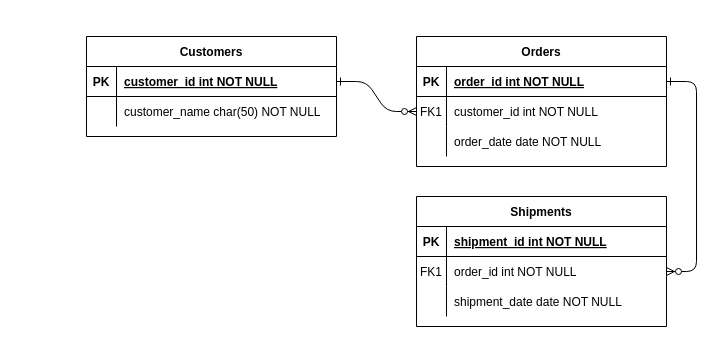
This is dict_relation_with_tdw.drawio from learn2Pro/draw_io_save, a draw.io file, before an edit. Source tidied: cells renumbered, new cells numbered last; positions are measured from the earlier drawing's top-left corner, leaving out a move shared by most shapes. Both pictures are drawn from the tidied source at 100%, with x=0, y=0 at pixel (86, 36).
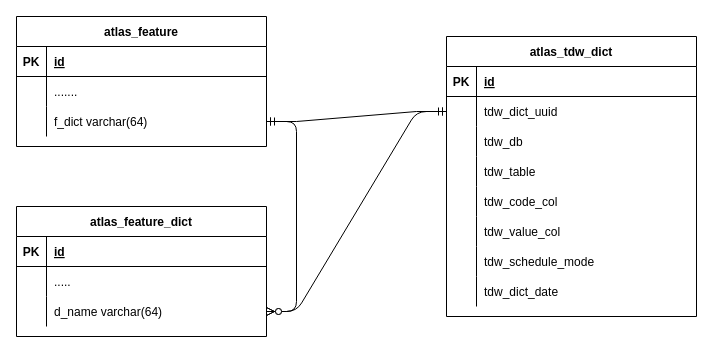
The same page after the edit.

Unchanged cells that the change refers to:
```xml
<mxCell id="5" style="shape=partialRectangle;fillColor=none;points=[[0,0.5],[1,0.5]];portConstraint=eastwest;top=0;left=0;right=0;bottom=1;" parent="4" vertex="1">
  <mxGeometry y="30" width="250" height="30" as="geometry" />
</mxCell>
<mxCell id="8" style="shape=partialRectangle;fillColor=none;points=[[0,0.5],[1,0.5]];portConstraint=eastwest;top=0;left=0;right=0;bottom=0;" parent="4" vertex="1">
  <mxGeometry y="60" width="250" height="30" as="geometry" />
</mxCell>
<mxCell id="11" style="shape=partialRectangle;fillColor=none;points=[[0,0.5],[1,0.5]];portConstraint=eastwest;top=0;left=0;right=0;bottom=0;" parent="4" vertex="1">
  <mxGeometry y="90" width="250" height="30" as="geometry" />
</mxCell>
<mxCell id="15" style="shape=partialRectangle;fillColor=none;top=0;left=0;right=0;bottom=1;" parent="14" vertex="1">
  <mxGeometry y="30" width="250" height="30" as="geometry" />
</mxCell>
<mxCell id="18" style="shape=partialRectangle;fillColor=none;points=[[0,0.5],[1,0.5]];portConstraint=eastwest;top=0;left=0;right=0;bottom=0;" parent="14" vertex="1">
  <mxGeometry y="60" width="250" height="30" as="geometry" />
</mxCell>
<mxCell id="21" style="shape=partialRectangle;fillColor=none;top=0;left=0;right=0;bottom=0;" parent="14" vertex="1">
  <mxGeometry y="90" width="250" height="30" as="geometry" />
</mxCell>
<mxCell id="25" style="shape=partialRectangle;fillColor=none;points=[[0,0.5],[1,0.5]];portConstraint=eastwest;top=0;left=0;right=0;bottom=1;" parent="24" vertex="1">
  <mxGeometry y="30" width="250" height="30" as="geometry" />
</mxCell>
<mxCell id="28" style="shape=partialRectangle;fillColor=none;top=0;left=0;right=0;bottom=0;" parent="24" vertex="1">
  <mxGeometry y="60" width="250" height="30" as="geometry" />
</mxCell>
```

The edit, as a diff of the source:
```diff
@@
-    <mxCell id="2" style="edgeStyle=entityRelationEdgeStyle;endArrow=ERzeroToMany;startArrow=ERone;endFill=1;startFill=0;" parent="1" edge="1" source="25" target="8">
-      <mxGeometry relative="1" as="geometry" />
-    </mxCell>
-    <mxCell id="3" style="edgeStyle=entityRelationEdgeStyle;endArrow=ERzeroToMany;startArrow=ERone;endFill=1;startFill=0;" parent="1" edge="1" source="5" target="18">
-      <mxGeometry relative="1" as="geometry" />
-    </mxCell>
-    <mxCell id="4" value="Orders" style="shape=table;startSize=30;childLayout=tableLayout;rowLines=0;fontStyle=1;align=center;" parent="1" vertex="1">
-      <mxGeometry x="330" width="250" height="130" as="geometry" />
+    <mxCell id="4" value="atlas_feature" style="shape=table;startSize=30;childLayout=tableLayout;rowLines=0;fontStyle=1;align=center;" parent="1" vertex="1">
+      <mxGeometry x="-70" y="-20" width="250" height="130" as="geometry" />
     </mxCell>
@@
-    <mxCell id="7" value="order_id int NOT NULL " style="shape=partialRectangle;overflow=hidden;fillColor=none;top=0;left=0;bottom=0;right=0;align=left;spacingLeft=6;fontStyle=5;" parent="5" vertex="1">
+    <mxCell id="7" value="id" style="shape=partialRectangle;overflow=hidden;fillColor=none;top=0;left=0;bottom=0;right=0;align=left;spacingLeft=6;fontStyle=5;" parent="5" vertex="1">
       <mxGeometry x="30" width="220" height="30" as="geometry" />
     </mxCell>
@@
-    <mxCell id="9" value="FK1" style="shape=partialRectangle;overflow=hidden;fillColor=none;top=0;left=0;bottom=0;right=0;" parent="8" vertex="1">
+    <mxCell id="9" style="shape=partialRectangle;overflow=hidden;fillColor=none;top=0;left=0;bottom=0;right=0;" parent="8" vertex="1">
       <mxGeometry width="30" height="30" as="geometry" />
     </mxCell>
-    <mxCell id="10" value="customer_id int NOT NULL" style="shape=partialRectangle;overflow=hidden;fillColor=none;top=0;left=0;bottom=0;right=0;align=left;spacingLeft=6;" parent="8" vertex="1">
+    <mxCell id="10" value="......." style="shape=partialRectangle;overflow=hidden;fillColor=none;top=0;left=0;bottom=0;right=0;align=left;spacingLeft=6;" parent="8" vertex="1">
       <mxGeometry x="30" width="220" height="30" as="geometry" />
     </mxCell>
@@
-    <mxCell id="13" value="order_date date NOT NULL" style="shape=partialRectangle;overflow=hidden;fillColor=none;top=0;left=0;bottom=0;right=0;align=left;spacingLeft=6;" parent="11" vertex="1">
+    <mxCell id="13" value="f_dict varchar(64)" style="shape=partialRectangle;overflow=hidden;fillColor=none;top=0;left=0;bottom=0;right=0;align=left;spacingLeft=6;" parent="11" vertex="1">
       <mxGeometry x="30" width="220" height="30" as="geometry" />
     </mxCell>
-    <mxCell id="14" value="Shipments" style="shape=table;startSize=30;childLayout=tableLayout;rowLines=0;fontStyle=1;align=center;" parent="1" vertex="1">
-      <mxGeometry x="330" y="160" width="250" height="130" as="geometry" />
+    <mxCell id="14" value="atlas_tdw_dict" style="shape=table;startSize=30;childLayout=tableLayout;rowLines=0;fontStyle=1;align=center;" parent="1" vertex="1">
+      <mxGeometry x="360" width="250" height="280" as="geometry" />
     </mxCell>
@@
-    <mxCell id="17" value="shipment_id int NOT NULL " style="shape=partialRectangle;overflow=hidden;fillColor=none;top=0;left=0;bottom=0;right=0;align=left;spacingLeft=6;fontStyle=5;" parent="15" vertex="1">
+    <mxCell id="17" value="id" style="shape=partialRectangle;overflow=hidden;fillColor=none;top=0;left=0;bottom=0;right=0;align=left;spacingLeft=6;fontStyle=5;" parent="15" vertex="1">
       <mxGeometry x="30" width="220" height="30" as="geometry" />
     </mxCell>
@@
-    <mxCell id="19" value="FK1" style="shape=partialRectangle;overflow=hidden;fillColor=none;top=0;left=0;bottom=0;right=0;" parent="18" vertex="1">
+    <mxCell id="19" style="shape=partialRectangle;overflow=hidden;fillColor=none;top=0;left=0;bottom=0;right=0;" parent="18" vertex="1">
       <mxGeometry width="30" height="30" as="geometry" />
     </mxCell>
-    <mxCell id="20" value="order_id int NOT NULL" style="shape=partialRectangle;overflow=hidden;fillColor=none;top=0;left=0;bottom=0;right=0;align=left;spacingLeft=6;" parent="18" vertex="1">
+    <mxCell id="20" value="tdw_dict_uuid" style="shape=partialRectangle;overflow=hidden;fillColor=none;top=0;left=0;bottom=0;right=0;align=left;spacingLeft=6;" parent="18" vertex="1">
       <mxGeometry x="30" width="220" height="30" as="geometry" />
     </mxCell>
@@
-    <mxCell id="23" value="shipment_date date NOT NULL" style="shape=partialRectangle;overflow=hidden;fillColor=none;top=0;left=0;bottom=0;right=0;align=left;spacingLeft=6;" parent="21" vertex="1">
+    <mxCell id="23" value="tdw_db" style="shape=partialRectangle;overflow=hidden;fillColor=none;top=0;left=0;bottom=0;right=0;align=left;spacingLeft=6;" parent="21" vertex="1">
       <mxGeometry x="30" width="220" height="30" as="geometry" />
     </mxCell>
+    <mxCell id="31" style="shape=partialRectangle;fillColor=none;top=0;left=0;right=0;bottom=0;" parent="14" vertex="1">
+      <mxGeometry y="120" width="250" height="30" as="geometry" />
+    </mxCell>
+    <mxCell id="32" style="shape=partialRectangle;overflow=hidden;fillColor=none;top=0;left=0;bottom=0;right=0;" parent="31" vertex="1">
+      <mxGeometry width="30" height="30" as="geometry" />
+    </mxCell>
+    <mxCell id="33" value="tdw_table" style="shape=partialRectangle;overflow=hidden;fillColor=none;top=0;left=0;bottom=0;right=0;align=left;spacingLeft=6;" parent="31" vertex="1">
+      <mxGeometry x="30" width="220" height="30" as="geometry" />
+    </mxCell>
+    <mxCell id="34" style="shape=partialRectangle;fillColor=none;top=0;left=0;right=0;bottom=0;" parent="14" vertex="1">
+      <mxGeometry y="150" width="250" height="30" as="geometry" />
+    </mxCell>
+    <mxCell id="35" style="shape=partialRectangle;overflow=hidden;fillColor=none;top=0;left=0;bottom=0;right=0;" parent="34" vertex="1">
+      <mxGeometry width="30" height="30" as="geometry" />
+    </mxCell>
+    <mxCell id="36" value="tdw_code_col" style="shape=partialRectangle;overflow=hidden;fillColor=none;top=0;left=0;bottom=0;right=0;align=left;spacingLeft=6;" parent="34" vertex="1">
+      <mxGeometry x="30" width="220" height="30" as="geometry" />
+    </mxCell>
+    <mxCell id="37" style="shape=partialRectangle;fillColor=none;top=0;left=0;right=0;bottom=0;" parent="14" vertex="1">
+      <mxGeometry y="180" width="250" height="30" as="geometry" />
+    </mxCell>
+    <mxCell id="38" style="shape=partialRectangle;overflow=hidden;fillColor=none;top=0;left=0;bottom=0;right=0;" parent="37" vertex="1">
+      <mxGeometry width="30" height="30" as="geometry" />
+    </mxCell>
+    <mxCell id="39" value="tdw_value_col" style="shape=partialRectangle;overflow=hidden;fillColor=none;top=0;left=0;bottom=0;right=0;align=left;spacingLeft=6;" parent="37" vertex="1">
+      <mxGeometry x="30" width="220" height="30" as="geometry" />
+    </mxCell>
+    <mxCell id="40" style="shape=partialRectangle;fillColor=none;top=0;left=0;right=0;bottom=0;" parent="14" vertex="1">
+      <mxGeometry y="210" width="250" height="30" as="geometry" />
+    </mxCell>
+    <mxCell id="41" style="shape=partialRectangle;overflow=hidden;fillColor=none;top=0;left=0;bottom=0;right=0;" parent="40" vertex="1">
+      <mxGeometry width="30" height="30" as="geometry" />
+    </mxCell>
+    <mxCell id="42" value="tdw_schedule_mode" style="shape=partialRectangle;overflow=hidden;fillColor=none;top=0;left=0;bottom=0;right=0;align=left;spacingLeft=6;" parent="40" vertex="1">
+      <mxGeometry x="30" width="220" height="30" as="geometry" />
+    </mxCell>
+    <mxCell id="43" style="shape=partialRectangle;fillColor=none;top=0;left=0;right=0;bottom=0;" parent="14" vertex="1">
+      <mxGeometry y="240" width="250" height="30" as="geometry" />
+    </mxCell>
+    <mxCell id="44" style="shape=partialRectangle;overflow=hidden;fillColor=none;top=0;left=0;bottom=0;right=0;" parent="43" vertex="1">
+      <mxGeometry width="30" height="30" as="geometry" />
+    </mxCell>
+    <mxCell id="45" value="tdw_dict_date" style="shape=partialRectangle;overflow=hidden;fillColor=none;top=0;left=0;bottom=0;right=0;align=left;spacingLeft=6;" parent="43" vertex="1">
+      <mxGeometry x="30" width="220" height="30" as="geometry" />
+    </mxCell>
-    <mxCell id="24" value="Customers" style="shape=table;startSize=30;childLayout=tableLayout;rowLines=0;fontStyle=1;align=center;" parent="1" vertex="1">
-      <mxGeometry width="250" height="100" as="geometry" />
+    <mxCell id="24" value="atlas_feature_dict" style="shape=table;startSize=30;childLayout=tableLayout;rowLines=0;fontStyle=1;align=center;" parent="1" vertex="1">
+      <mxGeometry x="-70" y="170" width="250" height="130" as="geometry" />
     </mxCell>
@@
-    <mxCell id="27" value="customer_id int NOT NULL " style="shape=partialRectangle;overflow=hidden;fillColor=none;top=0;left=0;bottom=0;right=0;align=left;spacingLeft=6;fontStyle=5;" parent="25" vertex="1">
+    <mxCell id="27" value="id" style="shape=partialRectangle;overflow=hidden;fillColor=none;top=0;left=0;bottom=0;right=0;align=left;spacingLeft=6;fontStyle=5;" parent="25" vertex="1">
       <mxGeometry x="30" width="220" height="30" as="geometry" />
     </mxCell>
@@
-    <mxCell id="30" value="customer_name char(50) NOT NULL" style="shape=partialRectangle;overflow=hidden;fillColor=none;top=0;left=0;bottom=0;right=0;align=left;spacingLeft=6;" parent="28" vertex="1">
+    <mxCell id="30" value="....." style="shape=partialRectangle;overflow=hidden;fillColor=none;top=0;left=0;bottom=0;right=0;align=left;spacingLeft=6;" parent="28" vertex="1">
       <mxGeometry x="30" width="220" height="30" as="geometry" />
     </mxCell>
+    <mxCell id="46" style="shape=partialRectangle;fillColor=none;points=[[0,0.5],[1,0.5]];portConstraint=eastwest;top=0;left=0;right=0;bottom=0;" parent="24" vertex="1">
+      <mxGeometry y="90" width="250" height="30" as="geometry" />
+    </mxCell>
+    <mxCell id="47" style="shape=partialRectangle;overflow=hidden;fillColor=none;top=0;left=0;bottom=0;right=0;" parent="46" vertex="1">
+      <mxGeometry width="30" height="30" as="geometry" />
+    </mxCell>
+    <mxCell id="48" value="d_name varchar(64)" style="shape=partialRectangle;overflow=hidden;fillColor=none;top=0;left=0;bottom=0;right=0;align=left;spacingLeft=6;" parent="46" vertex="1">
+      <mxGeometry x="30" width="220" height="30" as="geometry" />
+    </mxCell>
+    <mxCell id="2" style="edgeStyle=entityRelationEdgeStyle;endArrow=ERzeroToMany;startArrow=ERone;endFill=1;startFill=0;entryX=1;entryY=0.5;entryDx=0;entryDy=0;exitX=1;exitY=0.5;exitDx=0;exitDy=0;" parent="1" edge="1" source="11" target="46">
+      <mxGeometry relative="1" as="geometry" />
+    </mxCell>
+    <mxCell id="49" style="edgeStyle=entityRelationEdgeStyle;fontSize=12;html=1;endArrow=ERmandOne;startArrow=ERmandOne;rounded=0;exitX=1;exitY=0.5;exitDx=0;exitDy=0;entryX=0;entryY=0.5;entryDx=0;entryDy=0;" parent="1" edge="1" source="11" target="18">
+      <mxGeometry relative="1" as="geometry" />
+    </mxCell>
+    <mxCell id="50" style="edgeStyle=entityRelationEdgeStyle;endArrow=ERzeroToMany;startArrow=ERone;endFill=1;startFill=0;entryX=1;entryY=0.5;entryDx=0;entryDy=0;exitX=0;exitY=0.5;exitDx=0;exitDy=0;" parent="1" edge="1" source="18" target="46">
+      <mxGeometry relative="1" as="geometry" />
+    </mxCell>
```
